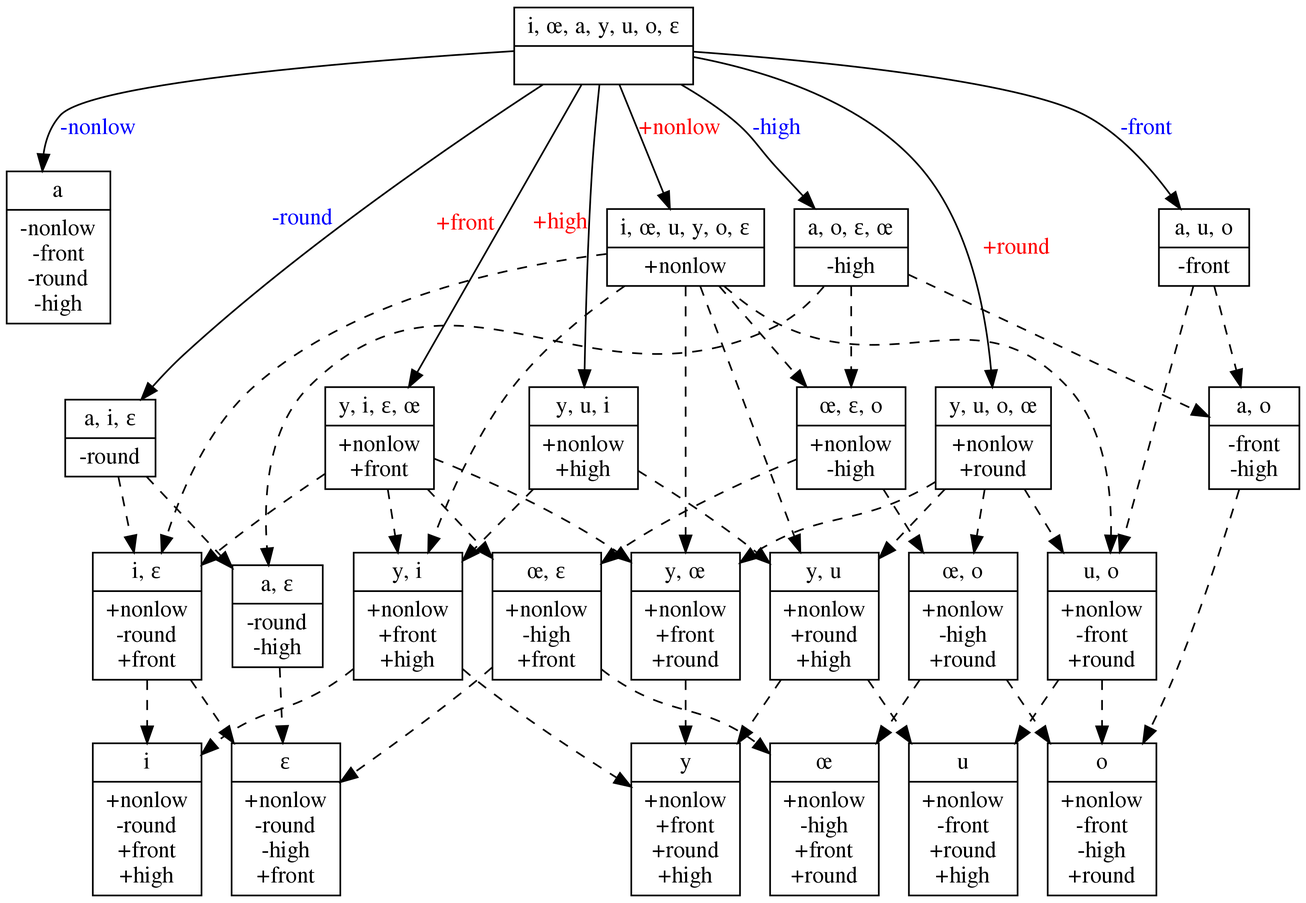
The Graphviz diagram squib/diagrams/vowel_inventory_full_FEATURAL.png in rdaland/Pheatures, before a commit. Its source is kept beside it as squib/diagrams/vowel_inventory_full_FEATURAL.gv. The source it was exported from:
```dot
digraph {
	graph [ dpi = 300 ];
	SIGMA [label="{<segs> i, œ, a, y, u, o, ɛ |<feats>  }",shape=record]

	LOW [label="{<segs> a |<feats> -nonlow\n-front\n-round\n-high }",shape=record]
	NONLOW[label="{<segs> i, œ, u, y, o, ɛ |<feats> +nonlow }",shape=record]
	FRONT[label="{<segs> y, i, ɛ, œ |<feats> +nonlow\n+front }",shape=record]
	ROUND[label="{<segs> y, u, o, œ |<feats> +nonlow\n+round }",shape=record]
	HIGH[label="{<segs> y, u, i |<feats> +nonlow\n+high }",shape=record]
	NONFRONT [label="{<segs> a, u, o |<feats> -front }",shape=record]
	NONROUND [label="{<segs> a, i, ɛ |<feats> -round }",shape=record]
	NONHIGH [label="{<segs> a, o, ɛ, œ |<feats> -high }",shape=record]

	SIGMA -> NONLOW [label="+nonlow",fontcolor=red]
	SIGMA -> LOW [label="-nonlow",fontcolor=blue]
	SIGMA -> NONFRONT [label="-front",fontcolor=blue]
	SIGMA -> NONROUND [xlabel="-round",fontcolor=blue]
	SIGMA -> NONHIGH [label="-high",fontcolor=blue]
	SIGMA -> FRONT [xlabel="+front",fontcolor=red]
	SIGMA -> ROUND [label="+round",fontcolor=red]
	SIGMA -> HIGH [xlabel="+high",fontcolor=red]

	FRONTROUND [label="{<segs> y, œ |<feats> +nonlow\n+front\n+round }",shape=record]
	HIGHFRONT [label="{<segs> y, i |<feats> +nonlow\n+front\n+high }",shape=record]
	HIGHROUND [label="{<segs> y, u |<feats> +nonlow\n+round\n+high }",shape=record]
	NONFRONTROUND [label="{<segs> u, o |<feats> +nonlow\n-front\n+round }",shape=record]
	FRONTNONROUND [label="{<segs> i, ɛ |<feats> +nonlow\n-round\n+front }",shape=record]
	NONFRONTNONHIGH [label="{<segs> a, o |<feats> -front\n-high }",shape=record]
	NONROUNDNONHIGH [label="{<segs> a, ɛ |<feats> -round\n-high }",shape=record]
	MID [label="{<segs> œ, ɛ, o |<feats> +nonlow\n-high }",shape=record]

	{NONLOW FRONT ROUND} -> FRONTROUND [style=dashed]
	{NONLOW HIGH FRONT} -> HIGHFRONT [style=dashed]
	{NONLOW HIGH ROUND} -> HIGHROUND [style=dashed]
	{NONLOW NONFRONT ROUND} -> NONFRONTROUND [style=dashed]
	{NONLOW FRONT NONROUND} -> FRONTNONROUND [style=dashed]
	{NONFRONT NONHIGH} -> NONFRONTNONHIGH [style=dashed]
	{NONROUND NONHIGH} -> NONROUNDNONHIGH [style=dashed]
	{NONLOW NONHIGH} -> MID [style=dashed]

	MIDFRONT [label="{<segs> œ, ɛ |<feats> +nonlow\n-high\n+front }",shape=record]
	MIDROUND [label="{<segs> œ, o |<feats> +nonlow\n-high\n+round }",shape=record]
	{MID FRONT} -> MIDFRONT [style=dashed]
	{MID ROUND} -> MIDROUND [style=dashed]

	II [label="{<segs> i |<feats> +nonlow\n-round\n+front\n+high }",shape=record]
	YY [label="{<segs> y |<feats> +nonlow\n+front\n+round\n+high }",shape=record]
	UU [label="{<segs> u |<feats> +nonlow\n-front\n+round\n+high }",shape=record]
	EH [label="{<segs> ɛ |<feats> +nonlow\n-round\n-high\n+front }",shape=record]
	OE [label="{<segs> œ |<feats> +nonlow\n-high\n+front\n+round }",shape=record]
	OO [label="{<segs> o |<feats> +nonlow\n-front\n-high\n+round }",shape=record]

	{HIGHFRONT FRONTNONROUND} -> II [style=dashed]
	{HIGHFRONT FRONTROUND HIGHROUND} -> YY [style=dashed]
	{HIGHROUND NONFRONTROUND} -> UU [style=dashed]
	{MIDFRONT MIDROUND} -> OE [style=dashed]
	{FRONTNONROUND MIDFRONT NONROUNDNONHIGH} -> EH [style=dashed]
	{MIDROUND NONFRONTNONHIGH NONFRONTROUND} -> OO [style=dashed]

	{rank=same; II YY UU EH OE OO}
}
```
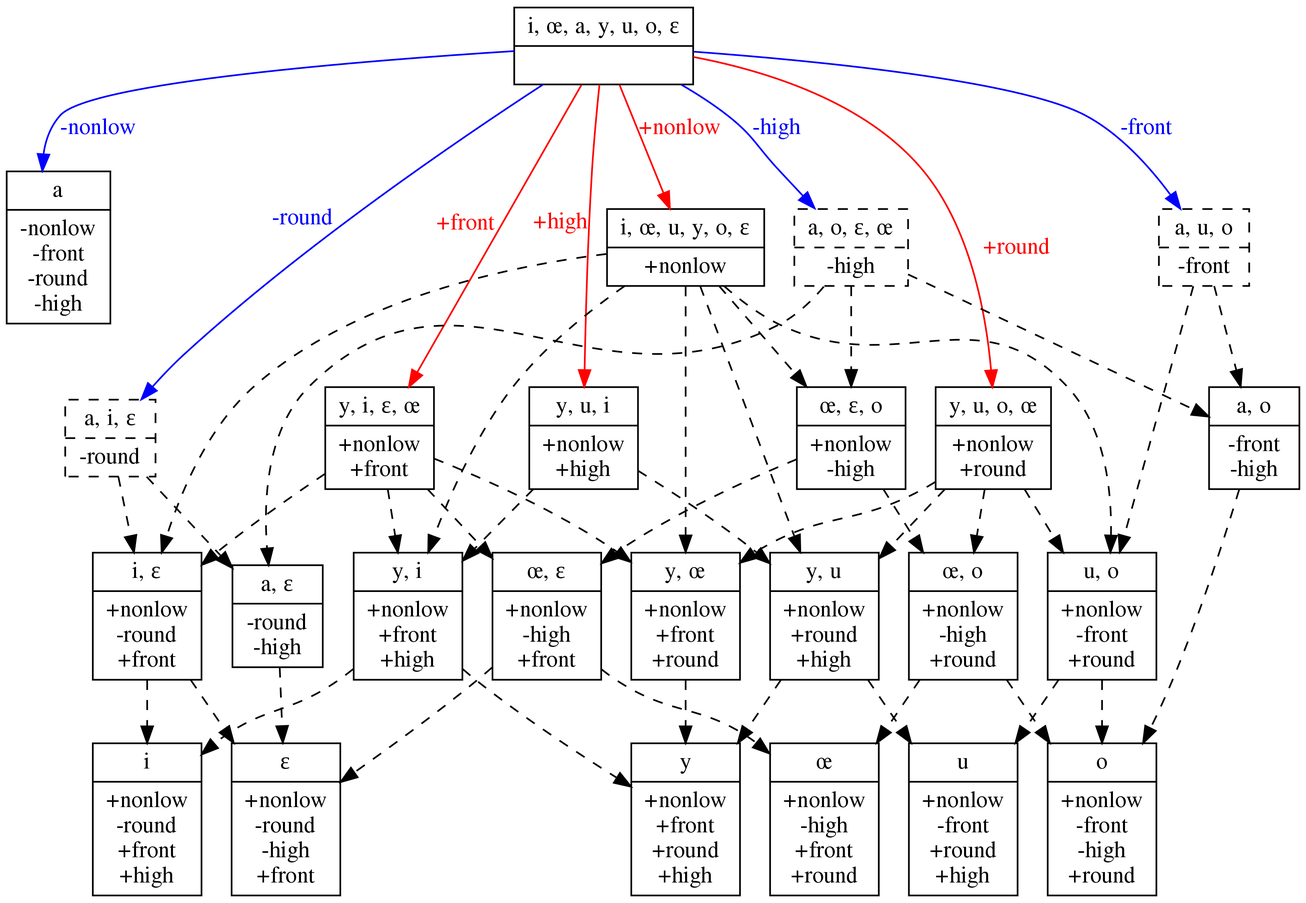
After the commit.

The edit, as a diff of the source:
```diff
@@ -7,18 +7,18 @@
 	FRONT[label="{<segs> y, i, ɛ, œ |<feats> +nonlow\n+front }",shape=record]
 	ROUND[label="{<segs> y, u, o, œ |<feats> +nonlow\n+round }",shape=record]
 	HIGH[label="{<segs> y, u, i |<feats> +nonlow\n+high }",shape=record]
-	NONFRONT [label="{<segs> a, u, o |<feats> -front }",shape=record]
-	NONROUND [label="{<segs> a, i, ɛ |<feats> -round }",shape=record]
-	NONHIGH [label="{<segs> a, o, ɛ, œ |<feats> -high }",shape=record]
+	NONFRONT [label="{<segs> a, u, o |<feats> -front }",shape=record,style=dashed]
+	NONROUND [label="{<segs> a, i, ɛ |<feats> -round }",shape=record,style=dashed]
+	NONHIGH [label="{<segs> a, o, ɛ, œ |<feats> -high }",shape=record,style=dashed]
 
-	SIGMA -> NONLOW [label="+nonlow",fontcolor=red]
-	SIGMA -> LOW [label="-nonlow",fontcolor=blue]
-	SIGMA -> NONFRONT [label="-front",fontcolor=blue]
-	SIGMA -> NONROUND [xlabel="-round",fontcolor=blue]
-	SIGMA -> NONHIGH [label="-high",fontcolor=blue]
-	SIGMA -> FRONT [xlabel="+front",fontcolor=red]
-	SIGMA -> ROUND [label="+round",fontcolor=red]
-	SIGMA -> HIGH [xlabel="+high",fontcolor=red]
+	SIGMA -> NONLOW [label="+nonlow",fontcolor=red,color=red]
+	SIGMA -> LOW [label="-nonlow",fontcolor=blue,color=blue]
+	SIGMA -> NONFRONT [label="-front",fontcolor=blue,color=blue]
+	SIGMA -> NONROUND [xlabel="-round",fontcolor=blue,color=blue]
+	SIGMA -> NONHIGH [label="-high",fontcolor=blue,color=blue]
+	SIGMA -> FRONT [xlabel="+front",fontcolor=red,color=red]
+	SIGMA -> ROUND [label="+round",fontcolor=red,color=red]
+	SIGMA -> HIGH [xlabel="+high",fontcolor=red,color=red]
 
 	FRONTROUND [label="{<segs> y, œ |<feats> +nonlow\n+front\n+round }",shape=record]
 	HIGHFRONT [label="{<segs> y, i |<feats> +nonlow\n+front\n+high }",shape=record]
```
